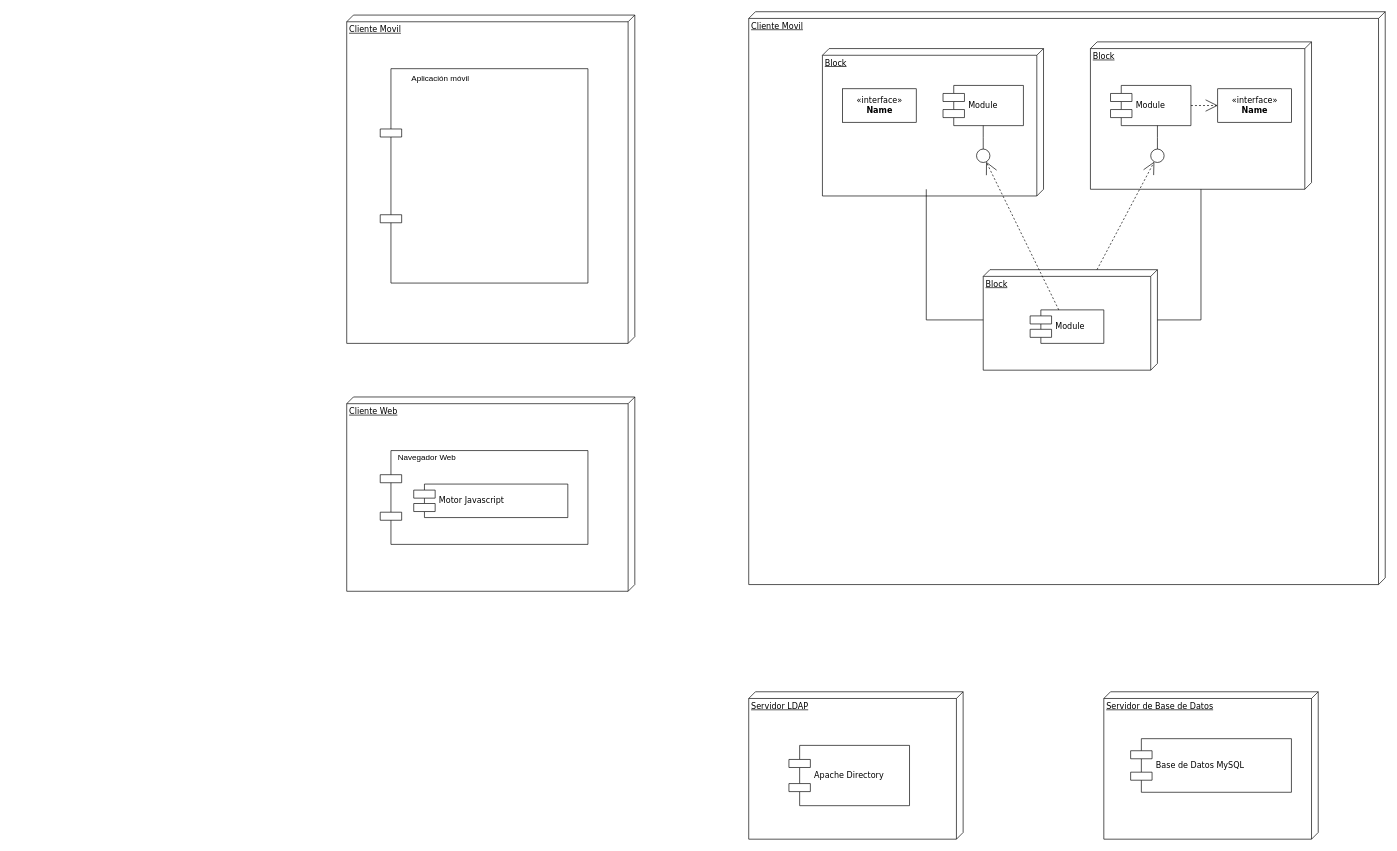
This is DES/P2-DD.drawio from NeutronBlast/IS-Ex, a draw.io file, before an edit. Source tidied: cells renumbered, new cells numbered last; positions are measured from the earlier drawing's top-left corner, leaving out a move shared by most shapes. Both pictures are drawn from the tidied source at 67%, with x=0, y=0 at pixel (346, 11).
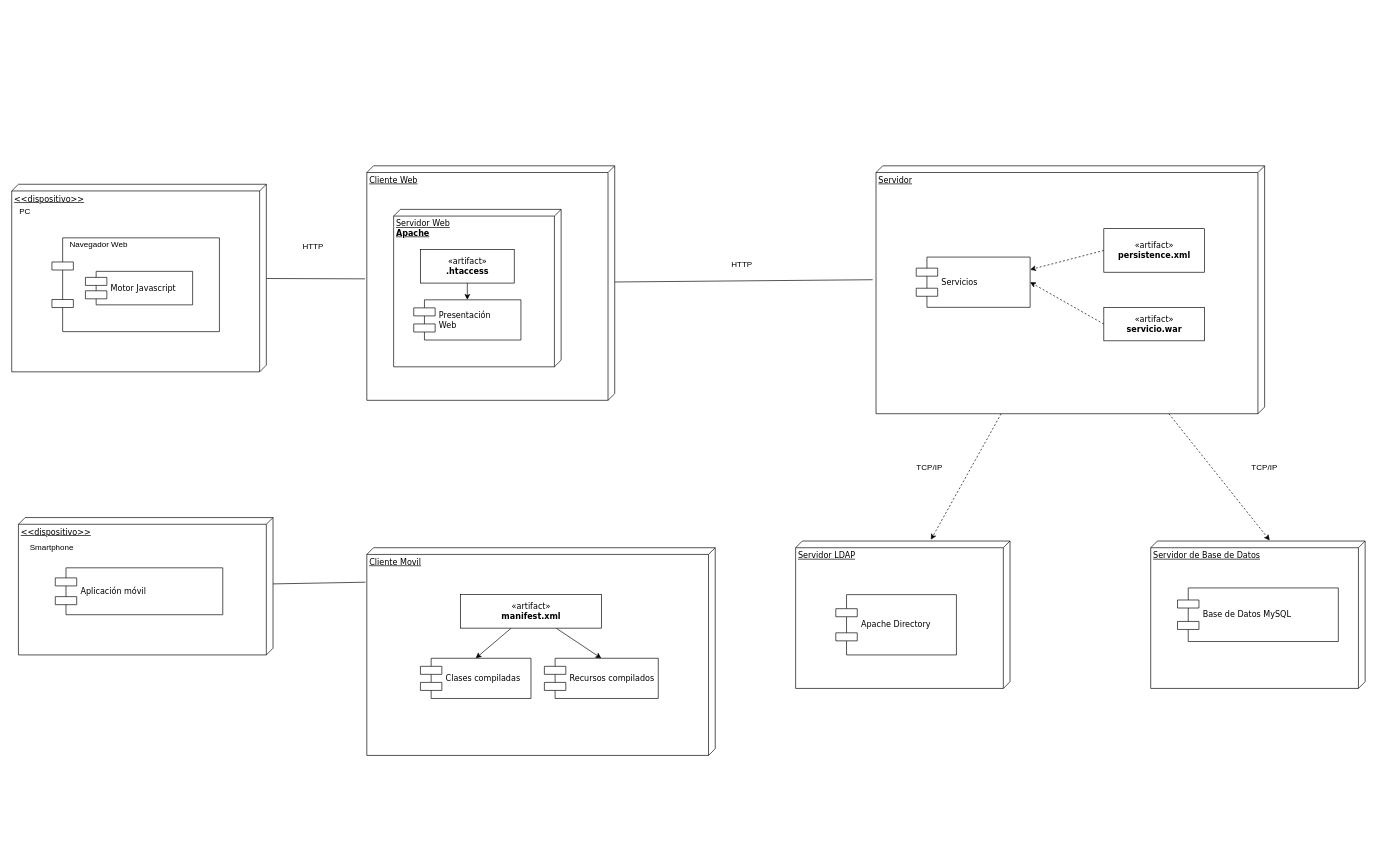
The same diagram, later.

Change to the diagram source:
```diff
@@
-    <mxCell id="2" value="Cliente Movil" style="verticalAlign=top;align=left;spacingTop=8;spacingLeft=2;spacingRight=12;shape=cube;size=10;direction=south;fontStyle=4;html=1;rounded=0;shadow=0;comic=0;labelBackgroundColor=none;strokeWidth=1;fontFamily=Verdana;fontSize=12;" parent="1" vertex="1">
-      <mxGeometry y="5" width="430" height="490" as="geometry" />
-    </mxCell>
-    <mxCell id="3" style="shape=component;align=left;spacingLeft=36;rounded=0;shadow=0;comic=0;labelBackgroundColor=none;strokeWidth=1;fontFamily=Verdana;fontSize=12;html=1;" parent="1" vertex="1">
-      <mxGeometry x="50" y="85" width="310" height="320" as="geometry" />
-    </mxCell>
-    <mxCell id="4" value="Aplicación móvil" style="text;html=1;strokeColor=none;fillColor=none;align=center;verticalAlign=middle;whiteSpace=wrap;rounded=0;" parent="1" vertex="1">
-      <mxGeometry x="90" y="90" width="100" height="20" as="geometry" />
-    </mxCell>
+    <mxCell id="31" style="edgeStyle=none;rounded=0;jettySize=auto;html=1;endArrow=none;endFill=0;" parent="1" edge="1" source="5">
+      <mxGeometry relative="1" as="geometry">
+        <mxPoint x="785" y="400" as="targetPoint" />
+      </mxGeometry>
+    </mxCell>
     <mxCell id="5" value="Cliente Web" style="verticalAlign=top;align=left;spacingTop=8;spacingLeft=2;spacingRight=12;shape=cube;size=10;direction=south;fontStyle=4;html=1;rounded=0;shadow=0;comic=0;labelBackgroundColor=none;strokeWidth=1;fontFamily=Verdana;fontSize=12;" parent="1" vertex="1">
-      <mxGeometry y="575" width="430" height="290" as="geometry" />
+      <mxGeometry x="30" y="230" width="370" height="350" as="geometry" />
     </mxCell>
-    <mxCell id="6" style="shape=component;align=left;spacingLeft=36;rounded=0;shadow=0;comic=0;labelBackgroundColor=none;strokeWidth=1;fontFamily=Verdana;fontSize=12;html=1;" parent="1" vertex="1">
-      <mxGeometry x="50" y="655" width="310" height="140" as="geometry" />
-    </mxCell>
-    <mxCell id="7" value="Navegador Web" style="text;html=1;strokeColor=none;fillColor=none;align=center;verticalAlign=middle;whiteSpace=wrap;rounded=0;" parent="1" vertex="1">
-      <mxGeometry x="70" y="655" width="100" height="20" as="geometry" />
-    </mxCell>
-    <mxCell id="8" value="Motor Javascript" style="shape=component;align=left;spacingLeft=36;rounded=0;shadow=0;comic=0;labelBackgroundColor=none;strokeWidth=1;fontFamily=Verdana;fontSize=12;html=1;" parent="1" vertex="1">
-      <mxGeometry x="100" y="705" width="230" height="50" as="geometry" />
-    </mxCell>
+    <mxCell id="32" style="edgeStyle=none;rounded=0;jettySize=auto;html=1;entryX=-0.009;entryY=0.369;entryDx=0;entryDy=0;entryPerimeter=0;dashed=1;endArrow=classic;endFill=1;" parent="1" edge="1" source="9" target="27">
+      <mxGeometry relative="1" as="geometry" />
+    </mxCell>
+    <mxCell id="33" style="edgeStyle=none;rounded=0;jettySize=auto;html=1;entryX=-0.004;entryY=0.445;entryDx=0;entryDy=0;entryPerimeter=0;dashed=1;endArrow=classic;endFill=1;" parent="1" edge="1" source="9" target="29">
+      <mxGeometry relative="1" as="geometry" />
+    </mxCell>
-    <mxCell id="9" value="Cliente Movil" style="verticalAlign=top;align=left;spacingTop=8;spacingLeft=2;spacingRight=12;shape=cube;size=10;direction=south;fontStyle=4;html=1;rounded=0;shadow=0;comic=0;labelBackgroundColor=none;strokeWidth=1;fontFamily=Verdana;fontSize=12;" parent="1" vertex="1">
-      <mxGeometry x="600" width="950" height="855" as="geometry" />
+    <mxCell id="9" value="Servidor" style="verticalAlign=top;align=left;spacingTop=8;spacingLeft=2;spacingRight=12;shape=cube;size=10;direction=south;fontStyle=4;html=1;rounded=0;shadow=0;comic=0;labelBackgroundColor=none;strokeWidth=1;fontFamily=Verdana;fontSize=12;" parent="1" vertex="1">
+      <mxGeometry x="790" y="230" width="580" height="370" as="geometry" />
     </mxCell>
-    <mxCell id="10" value="Block" style="verticalAlign=top;align=left;spacingTop=8;spacingLeft=2;spacingRight=12;shape=cube;size=10;direction=south;fontStyle=4;html=1;rounded=0;shadow=0;comic=0;labelBackgroundColor=none;strokeWidth=1;fontFamily=Verdana;fontSize=12;" parent="1" vertex="1">
-      <mxGeometry x="710" y="55" width="330" height="220" as="geometry" />
-    </mxCell>
-    <mxCell id="11" value="Block" style="verticalAlign=top;align=left;spacingTop=8;spacingLeft=2;spacingRight=12;shape=cube;size=10;direction=south;fontStyle=4;html=1;rounded=0;shadow=0;comic=0;labelBackgroundColor=none;strokeWidth=1;fontFamily=Verdana;fontSize=12;" parent="1" vertex="1">
-      <mxGeometry x="1110" y="45" width="330" height="220" as="geometry" />
-    </mxCell>
-    <mxCell id="12" value="Block" style="verticalAlign=top;align=left;spacingTop=8;spacingLeft=2;spacingRight=12;shape=cube;size=10;direction=south;fontStyle=4;html=1;rounded=0;shadow=0;comic=0;labelBackgroundColor=none;strokeWidth=1;fontFamily=Verdana;fontSize=12;" parent="1" vertex="1">
-      <mxGeometry x="950" y="385" width="260" height="150" as="geometry" />
-    </mxCell>
+    <mxCell id="34" style="edgeStyle=none;rounded=0;jettySize=auto;html=1;exitX=0;exitY=0.5;exitDx=0;exitDy=0;entryX=1;entryY=0.25;entryDx=0;entryDy=0;endArrow=classic;endFill=1;dashed=1;" parent="1" edge="1" source="13" target="14">
+      <mxGeometry relative="1" as="geometry" />
+    </mxCell>
-    <mxCell id="13" value="&amp;laquo;interface&amp;raquo;&lt;br&gt;&lt;b&gt;Name&lt;/b&gt;" style="html=1;rounded=0;shadow=0;comic=0;labelBackgroundColor=none;strokeWidth=1;fontFamily=Verdana;fontSize=12;align=center;" parent="1" vertex="1">
-      <mxGeometry x="740" y="115" width="110" height="50" as="geometry" />
+    <mxCell id="13" value="«artifact»&lt;br&gt;&lt;b&gt;persistence.xml&lt;/b&gt;" style="html=1;rounded=0;shadow=0;comic=0;labelBackgroundColor=none;strokeWidth=1;fontFamily=Verdana;fontSize=12;align=center;" parent="1" vertex="1">
+      <mxGeometry x="1130" y="323.8" width="150" height="65" as="geometry" />
     </mxCell>
-    <mxCell id="14" value="Module" style="shape=component;align=left;spacingLeft=36;rounded=0;shadow=0;comic=0;labelBackgroundColor=none;strokeWidth=1;fontFamily=Verdana;fontSize=12;html=1;" parent="1" vertex="1">
-      <mxGeometry x="890" y="110" width="120" height="60" as="geometry" />
+    <mxCell id="14" value="Servicios" style="shape=component;align=left;spacingLeft=36;rounded=0;shadow=0;comic=0;labelBackgroundColor=none;strokeWidth=1;fontFamily=Verdana;fontSize=12;html=1;" parent="1" vertex="1">
+      <mxGeometry x="850" y="366.2" width="170" height="75" as="geometry" />
     </mxCell>
-    <mxCell id="15" style="ellipse;whiteSpace=wrap;html=1;rounded=0;shadow=0;comic=0;labelBackgroundColor=none;strokeWidth=1;fontFamily=Verdana;fontSize=12;align=center;" parent="1" vertex="1">
-      <mxGeometry x="940" y="205" width="20" height="20" as="geometry" />
-    </mxCell>
-    <mxCell id="16" value="Module" style="shape=component;align=left;spacingLeft=36;rounded=0;shadow=0;comic=0;labelBackgroundColor=none;strokeWidth=1;fontFamily=Verdana;fontSize=12;html=1;" parent="1" vertex="1">
-      <mxGeometry x="1140" y="110" width="120" height="60" as="geometry" />
-    </mxCell>
-    <mxCell id="17" value="&amp;laquo;interface&amp;raquo;&lt;br&gt;&lt;b&gt;Name&lt;/b&gt;" style="html=1;rounded=0;shadow=0;comic=0;labelBackgroundColor=none;strokeWidth=1;fontFamily=Verdana;fontSize=12;align=center;" parent="1" vertex="1">
-      <mxGeometry x="1300" y="115" width="110" height="50" as="geometry" />
-    </mxCell>
-    <mxCell id="18" style="ellipse;whiteSpace=wrap;html=1;rounded=0;shadow=0;comic=0;labelBackgroundColor=none;strokeWidth=1;fontFamily=Verdana;fontSize=12;align=center;" parent="1" vertex="1">
-      <mxGeometry x="1200" y="205" width="20" height="20" as="geometry" />
-    </mxCell>
-    <mxCell id="19" value="Module" style="shape=component;align=left;spacingLeft=36;rounded=0;shadow=0;comic=0;labelBackgroundColor=none;strokeWidth=1;fontFamily=Verdana;fontSize=12;html=1;" parent="1" vertex="1">
-      <mxGeometry x="1020" y="445" width="110" height="50" as="geometry" />
-    </mxCell>
-    <mxCell id="20" style="edgeStyle=none;rounded=0;html=1;dashed=1;labelBackgroundColor=none;startArrow=none;startFill=0;startSize=8;endArrow=open;endFill=0;endSize=16;fontFamily=Verdana;fontSize=12;" parent="1" edge="1" source="19" target="15">
-      <mxGeometry relative="1" as="geometry" />
-    </mxCell>
-    <mxCell id="21" style="edgeStyle=none;rounded=0;html=1;dashed=1;labelBackgroundColor=none;startArrow=none;startFill=0;startSize=8;endArrow=open;endFill=0;endSize=16;fontFamily=Verdana;fontSize=12;" parent="1" edge="1" source="12" target="18">
-      <mxGeometry relative="1" as="geometry" />
-    </mxCell>
-    <mxCell id="22" style="edgeStyle=elbowEdgeStyle;rounded=0;html=1;labelBackgroundColor=none;startArrow=none;startFill=0;startSize=8;endArrow=none;endFill=0;endSize=16;fontFamily=Verdana;fontSize=12;" parent="1" edge="1" source="18" target="16">
-      <mxGeometry relative="1" as="geometry" />
-    </mxCell>
-    <mxCell id="23" style="edgeStyle=elbowEdgeStyle;rounded=0;html=1;labelBackgroundColor=none;startArrow=none;startFill=0;startSize=8;endArrow=none;endFill=0;endSize=16;fontFamily=Verdana;fontSize=12;" parent="1" edge="1" source="15" target="14">
-      <mxGeometry relative="1" as="geometry" />
-    </mxCell>
-    <mxCell id="24" style="edgeStyle=orthogonalEdgeStyle;rounded=0;html=1;dashed=1;labelBackgroundColor=none;startArrow=none;startFill=0;startSize=8;endArrow=open;endFill=0;endSize=16;fontFamily=Verdana;fontSize=12;" parent="1" edge="1" source="16" target="17">
-      <mxGeometry relative="1" as="geometry" />
-    </mxCell>
-    <mxCell id="25" style="edgeStyle=orthogonalEdgeStyle;rounded=0;html=1;labelBackgroundColor=none;startArrow=none;startFill=0;startSize=8;endArrow=none;endFill=0;endSize=16;fontFamily=Verdana;fontSize=12;" parent="1" edge="1" source="12" target="11">
-      <mxGeometry relative="1" as="geometry">
-        <Array as="points">
-          <mxPoint x="1275" y="460" />
-        </Array>
-      </mxGeometry>
-    </mxCell>
-    <mxCell id="26" style="edgeStyle=orthogonalEdgeStyle;rounded=0;html=1;labelBackgroundColor=none;startArrow=none;startFill=0;startSize=8;endArrow=none;endFill=0;endSize=16;fontFamily=Verdana;fontSize=12;" parent="1" edge="1" source="12">
-      <mxGeometry relative="1" as="geometry">
-        <mxPoint x="865" y="265" as="targetPoint" />
-        <Array as="points">
-          <mxPoint x="865" y="460" />
-        </Array>
-      </mxGeometry>
-    </mxCell>
     <mxCell id="27" value="Servidor LDAP" style="verticalAlign=top;align=left;spacingTop=8;spacingLeft=2;spacingRight=12;shape=cube;size=10;direction=south;fontStyle=4;html=1;rounded=0;shadow=0;comic=0;labelBackgroundColor=none;strokeWidth=1;fontFamily=Verdana;fontSize=12;" parent="1" vertex="1">
-      <mxGeometry x="600" y="1015" width="320" height="220" as="geometry" />
+      <mxGeometry x="670" y="790" width="320" height="220" as="geometry" />
     </mxCell>
     <mxCell id="28" value="Apache Directory" style="shape=component;align=left;spacingLeft=36;rounded=0;shadow=0;comic=0;labelBackgroundColor=none;strokeWidth=1;fontFamily=Verdana;fontSize=12;html=1;" parent="1" vertex="1">
-      <mxGeometry x="660" y="1095" width="180" height="90" as="geometry" />
+      <mxGeometry x="730" y="870" width="180" height="90" as="geometry" />
     </mxCell>
     <mxCell id="29" value="Servidor de Base de Datos" style="verticalAlign=top;align=left;spacingTop=8;spacingLeft=2;spacingRight=12;shape=cube;size=10;direction=south;fontStyle=4;html=1;rounded=0;shadow=0;comic=0;labelBackgroundColor=none;strokeWidth=1;fontFamily=Verdana;fontSize=12;" parent="1" vertex="1">
-      <mxGeometry x="1130" y="1015" width="320" height="220" as="geometry" />
+      <mxGeometry x="1200" y="790" width="320" height="220" as="geometry" />
     </mxCell>
     <mxCell id="30" value="Base de Datos MySQL" style="shape=component;align=left;spacingLeft=36;rounded=0;shadow=0;comic=0;labelBackgroundColor=none;strokeWidth=1;fontFamily=Verdana;fontSize=12;html=1;" parent="1" vertex="1">
-      <mxGeometry x="1170" y="1085" width="240" height="80" as="geometry" />
+      <mxGeometry x="1240" y="860" width="240" height="80" as="geometry" />
     </mxCell>
+    <mxCell id="35" style="edgeStyle=none;rounded=0;jettySize=auto;html=1;entryX=0.482;entryY=1.007;entryDx=0;entryDy=0;entryPerimeter=0;endArrow=none;endFill=0;" parent="1" edge="1" source="36" target="5">
+      <mxGeometry relative="1" as="geometry" />
+    </mxCell>
+    <mxCell id="36" value="&amp;lt;&amp;lt;dispositivo&amp;gt;&amp;gt;" style="verticalAlign=top;align=left;spacingTop=8;spacingLeft=2;spacingRight=12;shape=cube;size=10;direction=south;fontStyle=4;html=1;rounded=0;shadow=0;comic=0;labelBackgroundColor=none;strokeWidth=1;fontFamily=Verdana;fontSize=12;" parent="1" vertex="1">
+      <mxGeometry x="-500" y="257.5" width="380" height="280" as="geometry" />
+    </mxCell>
+    <mxCell id="37" style="shape=component;align=left;spacingLeft=36;rounded=0;shadow=0;comic=0;labelBackgroundColor=none;strokeWidth=1;fontFamily=Verdana;fontSize=12;html=1;" parent="1" vertex="1">
+      <mxGeometry x="-440" y="337.5" width="250" height="140" as="geometry" />
+    </mxCell>
+    <mxCell id="7" value="Navegador Web" style="text;html=1;strokeColor=none;fillColor=none;align=center;verticalAlign=middle;whiteSpace=wrap;rounded=0;" parent="1" vertex="1">
+      <mxGeometry x="-420" y="337.5" width="100" height="20" as="geometry" />
+    </mxCell>
+    <mxCell id="8" value="Motor Javascript" style="shape=component;align=left;spacingLeft=36;rounded=0;shadow=0;comic=0;labelBackgroundColor=none;strokeWidth=1;fontFamily=Verdana;fontSize=12;html=1;" parent="1" vertex="1">
+      <mxGeometry x="-390" y="387.5" width="160" height="50" as="geometry" />
+    </mxCell>
+    <mxCell id="38" value="PC" style="text;html=1;strokeColor=none;fillColor=none;align=center;verticalAlign=middle;whiteSpace=wrap;rounded=0;" parent="1" vertex="1">
+      <mxGeometry x="-500" y="287.5" width="40" height="20" as="geometry" />
+    </mxCell>
+    <mxCell id="39" style="rounded=0;jettySize=auto;html=1;entryX=0.166;entryY=1.004;entryDx=0;entryDy=0;entryPerimeter=0;endArrow=none;endFill=0;" parent="1" edge="1" source="40" target="2">
+      <mxGeometry relative="1" as="geometry" />
+    </mxCell>
+    <mxCell id="40" value="&amp;lt;&amp;lt;dispositivo&amp;gt;&amp;gt;" style="verticalAlign=top;align=left;spacingTop=8;spacingLeft=2;spacingRight=12;shape=cube;size=10;direction=south;fontStyle=4;html=1;rounded=0;shadow=0;comic=0;labelBackgroundColor=none;strokeWidth=1;fontFamily=Verdana;fontSize=12;" parent="1" vertex="1">
+      <mxGeometry x="-490" y="755" width="380" height="205" as="geometry" />
+    </mxCell>
+    <mxCell id="41" value="Smartphone" style="text;html=1;strokeColor=none;fillColor=none;align=center;verticalAlign=middle;whiteSpace=wrap;rounded=0;" parent="1" vertex="1">
+      <mxGeometry x="-460" y="790" width="40" height="20" as="geometry" />
+    </mxCell>
+    <mxCell id="2" value="Cliente Movil" style="verticalAlign=top;align=left;spacingTop=8;spacingLeft=2;spacingRight=12;shape=cube;size=10;direction=south;fontStyle=4;html=1;rounded=0;shadow=0;comic=0;labelBackgroundColor=none;strokeWidth=1;fontFamily=Verdana;fontSize=12;" parent="1" vertex="1">
+      <mxGeometry x="30" y="800" width="520" height="310" as="geometry" />
+    </mxCell>
+    <mxCell id="42" value="HTTP" style="text;html=1;strokeColor=none;fillColor=none;align=center;verticalAlign=middle;whiteSpace=wrap;rounded=0;" parent="1" vertex="1">
+      <mxGeometry x="-70" y="340" width="40" height="20" as="geometry" />
+    </mxCell>
+    <mxCell id="43" value="Servidor Web&lt;br&gt;&lt;b&gt;Apache&lt;/b&gt;" style="verticalAlign=top;align=left;spacingTop=8;spacingLeft=2;spacingRight=12;shape=cube;size=10;direction=south;fontStyle=4;html=1;rounded=0;shadow=0;comic=0;labelBackgroundColor=none;strokeWidth=1;fontFamily=Verdana;fontSize=12;" parent="1" vertex="1">
+      <mxGeometry x="70" y="295" width="250" height="235" as="geometry" />
+    </mxCell>
+    <mxCell id="44" style="edgeStyle=none;rounded=0;jettySize=auto;html=1;exitX=0.5;exitY=1;exitDx=0;exitDy=0;endArrow=classic;endFill=1;entryX=0.5;entryY=0;entryDx=0;entryDy=0;" parent="1" edge="1" source="45" target="46">
+      <mxGeometry relative="1" as="geometry" />
+    </mxCell>
+    <mxCell id="45" value="«artifact»&lt;br&gt;&lt;b&gt;.htaccess&lt;/b&gt;" style="html=1;rounded=0;shadow=0;comic=0;labelBackgroundColor=none;strokeWidth=1;fontFamily=Verdana;fontSize=12;align=center;" parent="1" vertex="1">
+      <mxGeometry x="110" y="355" width="140" height="50" as="geometry" />
+    </mxCell>
+    <mxCell id="46" value="Presentación&lt;br&gt;Web" style="shape=component;align=left;spacingLeft=36;rounded=0;shadow=0;comic=0;labelBackgroundColor=none;strokeWidth=1;fontFamily=Verdana;fontSize=12;html=1;" parent="1" vertex="1">
+      <mxGeometry x="100" y="430" width="160" height="60" as="geometry" />
+    </mxCell>
+    <mxCell id="47" style="edgeStyle=none;rounded=0;jettySize=auto;html=1;entryX=0.5;entryY=0;entryDx=0;entryDy=0;endArrow=classic;endFill=1;" parent="1" edge="1" source="49" target="50">
+      <mxGeometry relative="1" as="geometry" />
+    </mxCell>
+    <mxCell id="48" style="edgeStyle=none;rounded=0;jettySize=auto;html=1;entryX=0.5;entryY=0;entryDx=0;entryDy=0;endArrow=classic;endFill=1;" parent="1" edge="1" source="49" target="51">
+      <mxGeometry relative="1" as="geometry" />
+    </mxCell>
+    <mxCell id="49" value="«artifact»&lt;br&gt;&lt;b&gt;manifest.xml&lt;/b&gt;" style="html=1;rounded=0;shadow=0;comic=0;labelBackgroundColor=none;strokeWidth=1;fontFamily=Verdana;fontSize=12;align=center;" parent="1" vertex="1">
+      <mxGeometry x="170" y="870" width="210" height="50" as="geometry" />
+    </mxCell>
+    <mxCell id="50" value="Clases compiladas" style="shape=component;align=left;spacingLeft=36;rounded=0;shadow=0;comic=0;labelBackgroundColor=none;strokeWidth=1;fontFamily=Verdana;fontSize=12;html=1;" parent="1" vertex="1">
+      <mxGeometry x="110" y="965" width="165" height="60" as="geometry" />
+    </mxCell>
+    <mxCell id="51" value="Recursos compilados" style="shape=component;align=left;spacingLeft=36;rounded=0;shadow=0;comic=0;labelBackgroundColor=none;strokeWidth=1;fontFamily=Verdana;fontSize=12;html=1;" parent="1" vertex="1">
+      <mxGeometry x="295" y="965" width="170" height="60" as="geometry" />
+    </mxCell>
+    <mxCell id="4" value="Aplicación móvil" style="shape=component;align=left;spacingLeft=36;rounded=0;shadow=0;comic=0;labelBackgroundColor=none;strokeWidth=1;fontFamily=Verdana;fontSize=12;html=1;" parent="1" vertex="1">
+      <mxGeometry x="-435" y="830" width="250" height="70" as="geometry" />
+    </mxCell>
+    <mxCell id="52" style="edgeStyle=none;rounded=0;jettySize=auto;html=1;exitX=0;exitY=0.5;exitDx=0;exitDy=0;entryX=1;entryY=0.5;entryDx=0;entryDy=0;endArrow=classic;endFill=1;dashed=1;" parent="1" edge="1" source="53" target="14">
+      <mxGeometry relative="1" as="geometry" />
+    </mxCell>
+    <mxCell id="53" value="«artifact»&lt;br&gt;&lt;b&gt;servicio.war&lt;/b&gt;" style="html=1;rounded=0;shadow=0;comic=0;labelBackgroundColor=none;strokeWidth=1;fontFamily=Verdana;fontSize=12;align=center;" parent="1" vertex="1">
+      <mxGeometry x="1130" y="441.2" width="150" height="50" as="geometry" />
+    </mxCell>
+    <mxCell id="54" value="TCP/IP" style="text;html=1;strokeColor=none;fillColor=none;align=center;verticalAlign=middle;whiteSpace=wrap;rounded=0;" parent="1" vertex="1">
+      <mxGeometry x="850" y="670" width="40" height="20" as="geometry" />
+    </mxCell>
+    <mxCell id="55" value="TCP/IP" style="text;html=1;strokeColor=none;fillColor=none;align=center;verticalAlign=middle;whiteSpace=wrap;rounded=0;" parent="1" vertex="1">
+      <mxGeometry x="1350" y="670" width="40" height="20" as="geometry" />
+    </mxCell>
+    <mxCell id="56" value="HTTP" style="text;html=1;strokeColor=none;fillColor=none;align=center;verticalAlign=middle;whiteSpace=wrap;rounded=0;" parent="1" vertex="1">
+      <mxGeometry x="570" y="367.5" width="40" height="20" as="geometry" />
+    </mxCell>
```
